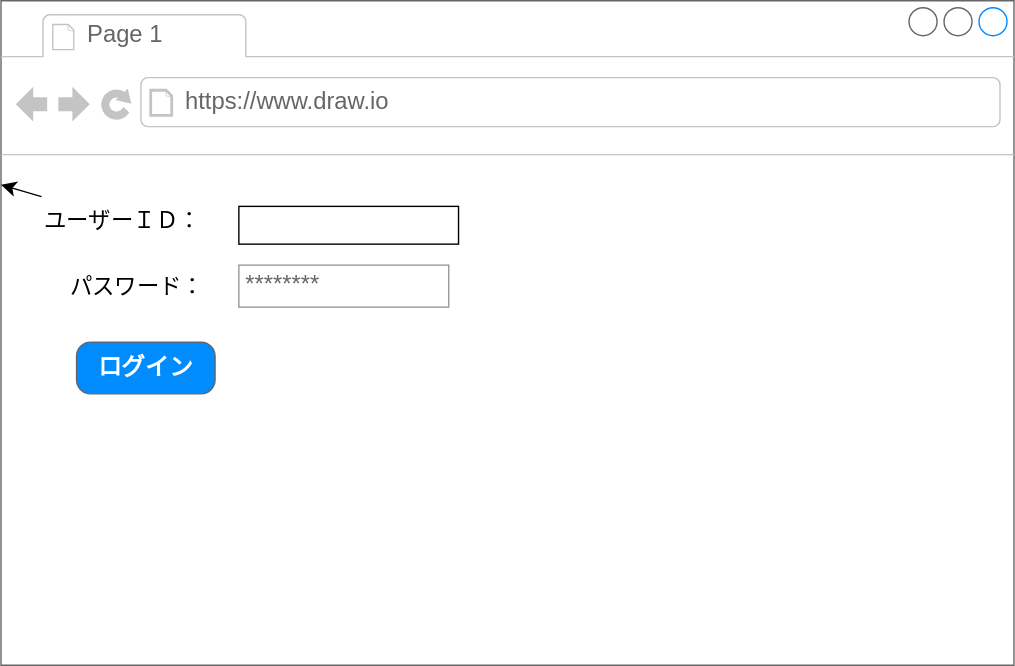
Above: 名称未設定ファイル.drawio.svg in satosatoaa/kensyu (draw.io), before the change. Source tidied: cells renumbered, new cells last; positions are measured from the earlier drawing's top-left corner, leaving out a move shared by most shapes.
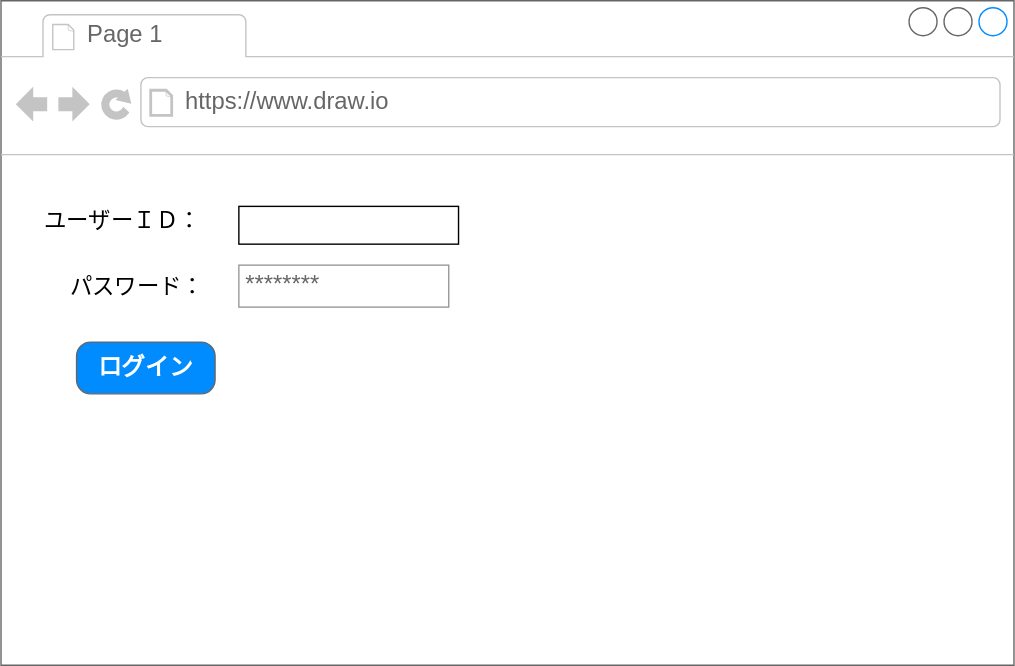
Above is the later version.

Commit message:
名称未設定ファイル.drawio.svg を更新します

Diff of the diagram source:
```diff
@@ -17,9 +17,6 @@
     <mxCell id="6" value="パスワード：" style="text;strokeColor=none;fillColor=none;html=1;align=center;verticalAlign=middle;whiteSpace=wrap;rounded=0;fontSize=16;" parent="2" vertex="1">
       <mxGeometry x="38" y="189" width="119" height="29" as="geometry" />
     </mxCell>
-    <mxCell id="7" style="edgeStyle=none;curved=1;rounded=0;jettySize=auto;html=1;fontSize=12;startSize=8;endSize=8;" parent="2" edge="1" source="8" target="2">
-      <mxGeometry relative="1" as="geometry" />
-    </mxCell>
     <mxCell id="8" value="ユーザーＩＤ：" style="text;strokeColor=none;fillColor=none;html=1;align=center;verticalAlign=middle;whiteSpace=wrap;rounded=0;fontSize=16;" parent="2" vertex="1">
       <mxGeometry x="26" y="140" width="122" height="34" as="geometry" />
     </mxCell>
```
